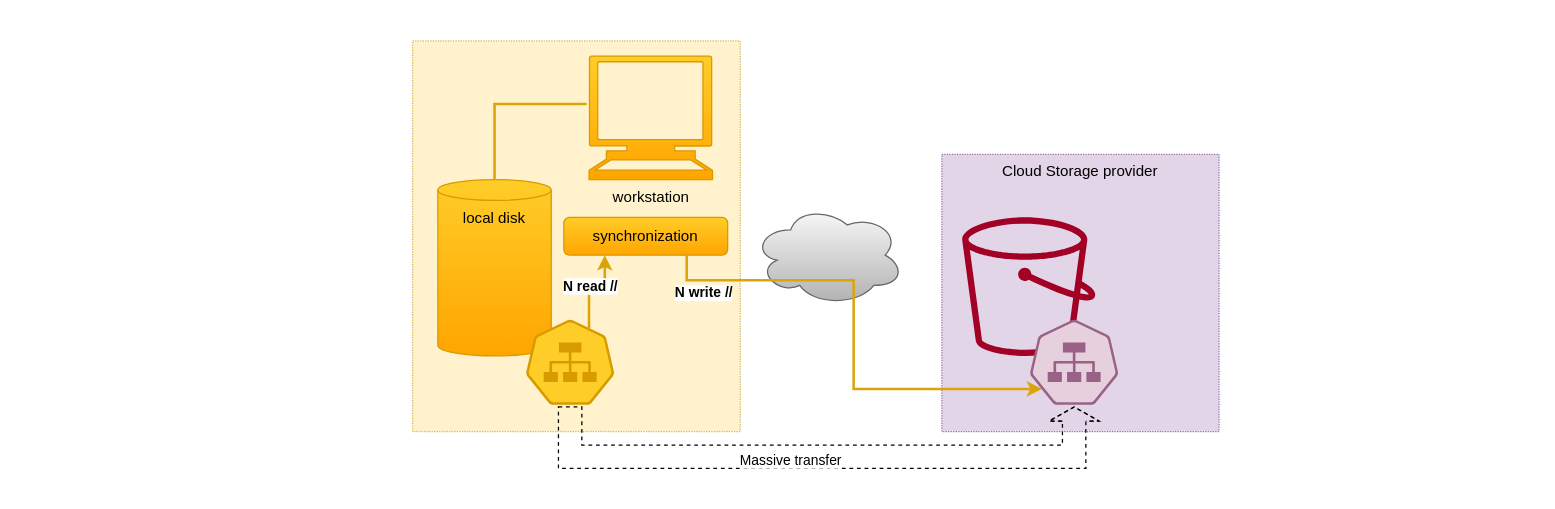
Before: page "parallel-obs" (2 of 6) of blog/data/assets/images/cabri-tech-ovw/diagrams.drawio in t-beigbeder/otvl_blog, a draw.io diagram. Source tidied: cells renumbered, new cells numbered last; positions are measured from the earlier drawing's top-left corner, leaving out a move shared by most shapes. Both pictures are drawn from the tidied source at 126%, with x=0, y=0 at pixel (21, 21).
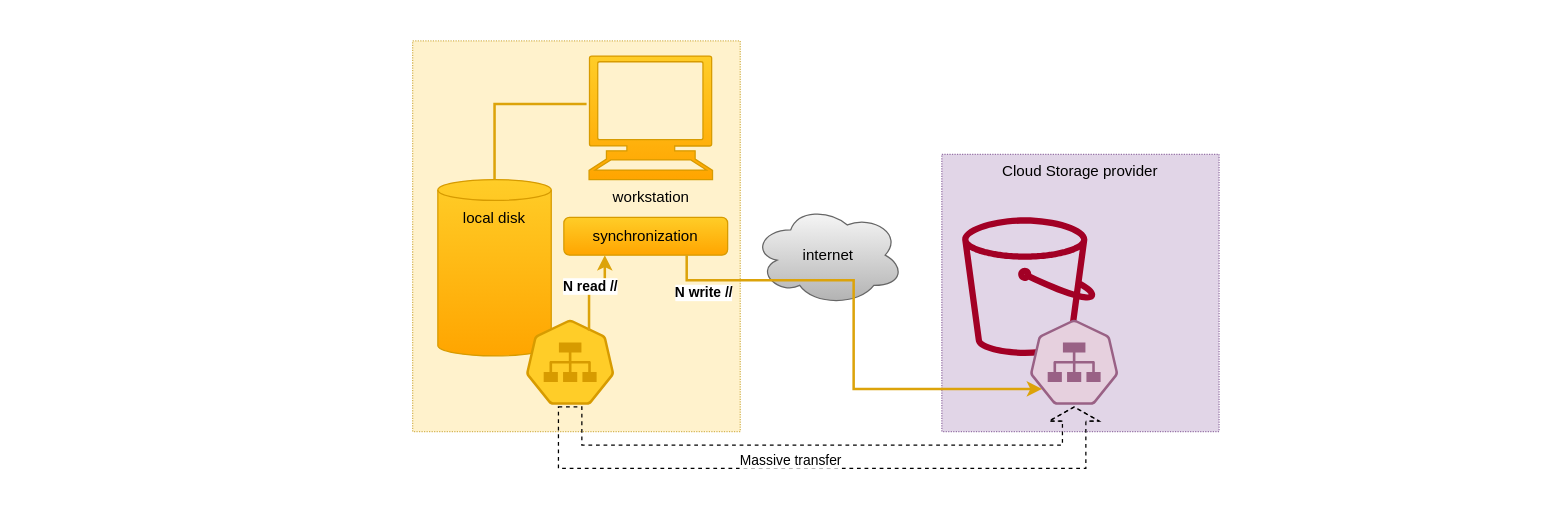
The same page after the edit.

Change to the diagram source:
```diff
@@
-    <mxCell id="3" style="ellipse;shape=cloud;whiteSpace=wrap;html=1;fillColor=#f5f5f5;strokeColor=#666666;gradientColor=#b3b3b3;" parent="1" vertex="1">
+    <mxCell id="3" value="internet" style="ellipse;shape=cloud;whiteSpace=wrap;html=1;fillColor=#f5f5f5;strokeColor=#666666;gradientColor=#b3b3b3;" parent="1" vertex="1">
       <mxGeometry x="580" y="145" width="120" height="80" as="geometry" />
     </mxCell>
```
